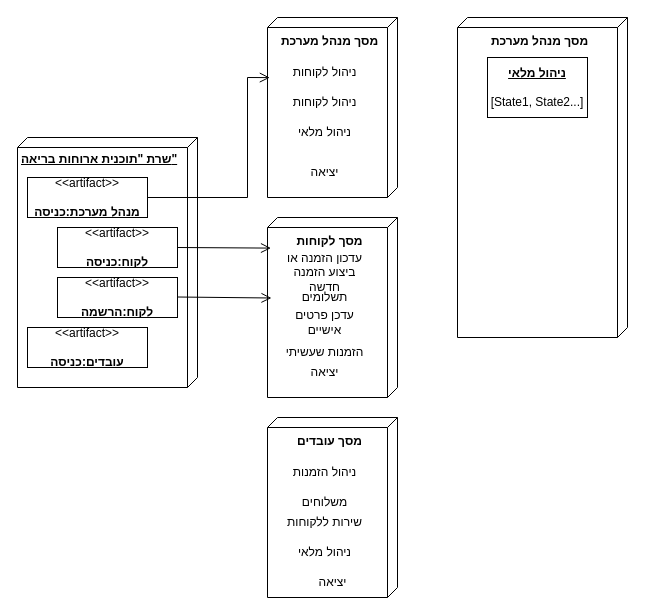
nawrasfaour/OurFoodProj keeps this draw.io diagram as Deployment diagram.drawio. Above is the earlier version. Source tidied: cells renumbered, new cells numbered last; positions are measured from the earlier drawing's top-left corner, leaving out a move shared by most shapes. Both pictures are drawn from the tidied source at 100%, with x=0, y=0 at pixel (17, 17).
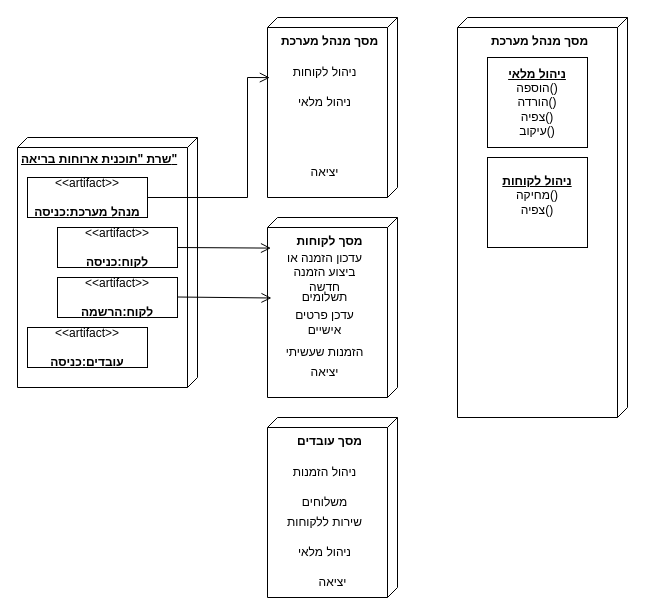
The same page after the edit.

The edit, as a diff of the source:
```diff
@@
-    <mxCell id="10" value="ניהול לקוחות" style="text;align=center;verticalAlign=middle;dashed=0;whiteSpace=wrap;" parent="1" vertex="1">
-      <mxGeometry x="260" y="70" width="95" height="30" as="geometry" />
-    </mxCell>
     <mxCell id="11" value="ניהול מלאי" style="text;align=center;verticalAlign=middle;dashed=0;whiteSpace=wrap;" parent="1" vertex="1">
-      <mxGeometry x="260" y="100" width="95" height="30" as="geometry" />
+      <mxGeometry x="260" y="70" width="95" height="30" as="geometry" />
     </mxCell>
@@
     <mxCell id="26" value="&lt;b&gt;מסך מנהל מערכת&lt;/b&gt;" style="verticalAlign=top;align=center;shape=cube;size=10;direction=south;fontStyle=0;html=1;boundedLbl=1;spacingLeft=5;whiteSpace=wrap;" parent="1" vertex="1">
-      <mxGeometry x="440" width="170" height="320" as="geometry" />
+      <mxGeometry x="440" width="170" height="400" as="geometry" />
     </mxCell>
@@
-    <mxCell id="28" value="&lt;b&gt;&lt;u&gt;ניהול מלאי&lt;br&gt;&lt;/u&gt;&lt;/b&gt;&lt;br&gt;[State1, State2...]" style="html=1;align=center;verticalAlign=middle;rounded=0;absoluteArcSize=1;arcSize=10;dashed=0;whiteSpace=wrap;" parent="1" vertex="1">
-      <mxGeometry x="470" y="40" width="100" height="60" as="geometry" />
+    <mxCell id="28" value="&lt;b&gt;&lt;u&gt;ניהול מלאי&lt;br&gt;&lt;/u&gt;&lt;/b&gt;הוספה()&lt;div&gt;הורדה()&lt;/div&gt;&lt;div&gt;צפיה()&lt;/div&gt;&lt;div&gt;עיקוב()&lt;/div&gt;" style="html=1;align=center;verticalAlign=middle;rounded=0;absoluteArcSize=1;arcSize=10;dashed=0;whiteSpace=wrap;" parent="1" vertex="1">
+      <mxGeometry x="470" y="40" width="100" height="90" as="geometry" />
     </mxCell>
+    <mxCell id="29" value="&lt;b&gt;&lt;u&gt;ניהול לקוחות&lt;br&gt;&lt;/u&gt;&lt;/b&gt;מחיקה()&lt;div&gt;צפיה()&lt;/div&gt;&lt;div&gt;&lt;br&gt;&lt;/div&gt;" style="html=1;align=center;verticalAlign=middle;rounded=0;absoluteArcSize=1;arcSize=10;dashed=0;whiteSpace=wrap;" parent="1" vertex="1">
+      <mxGeometry x="470" y="140" width="100" height="90" as="geometry" />
+    </mxCell>
```
